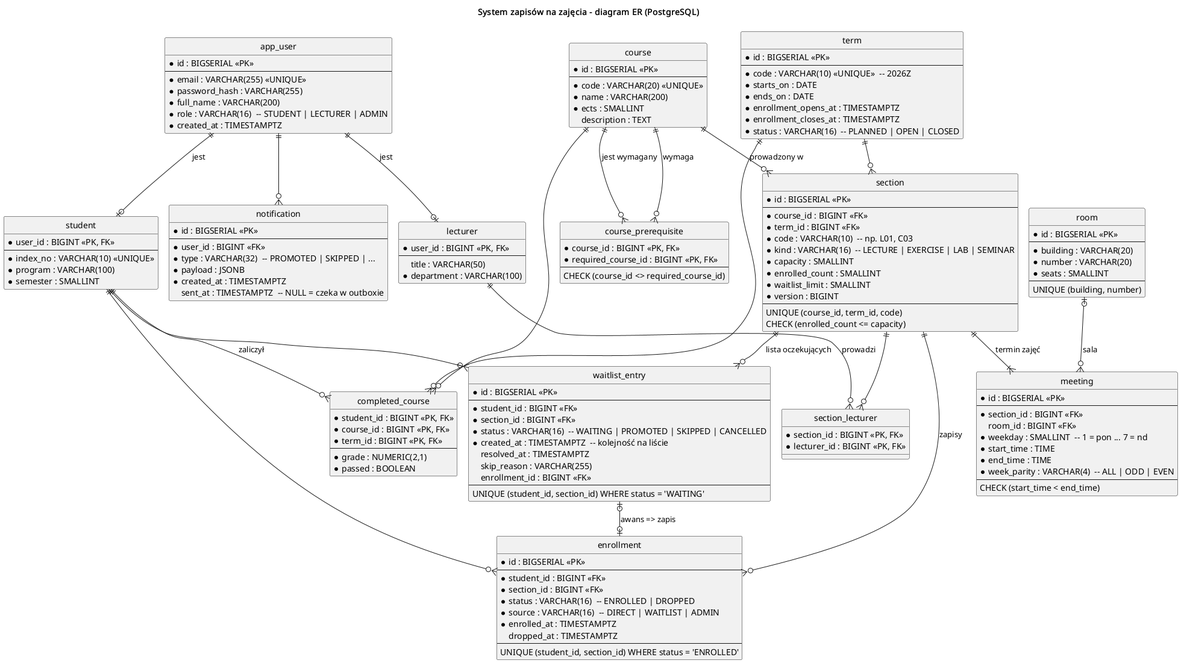
This is diagramy/er.png from Husaria55/USOSv2, a PlantUML export, as it was before one commit.
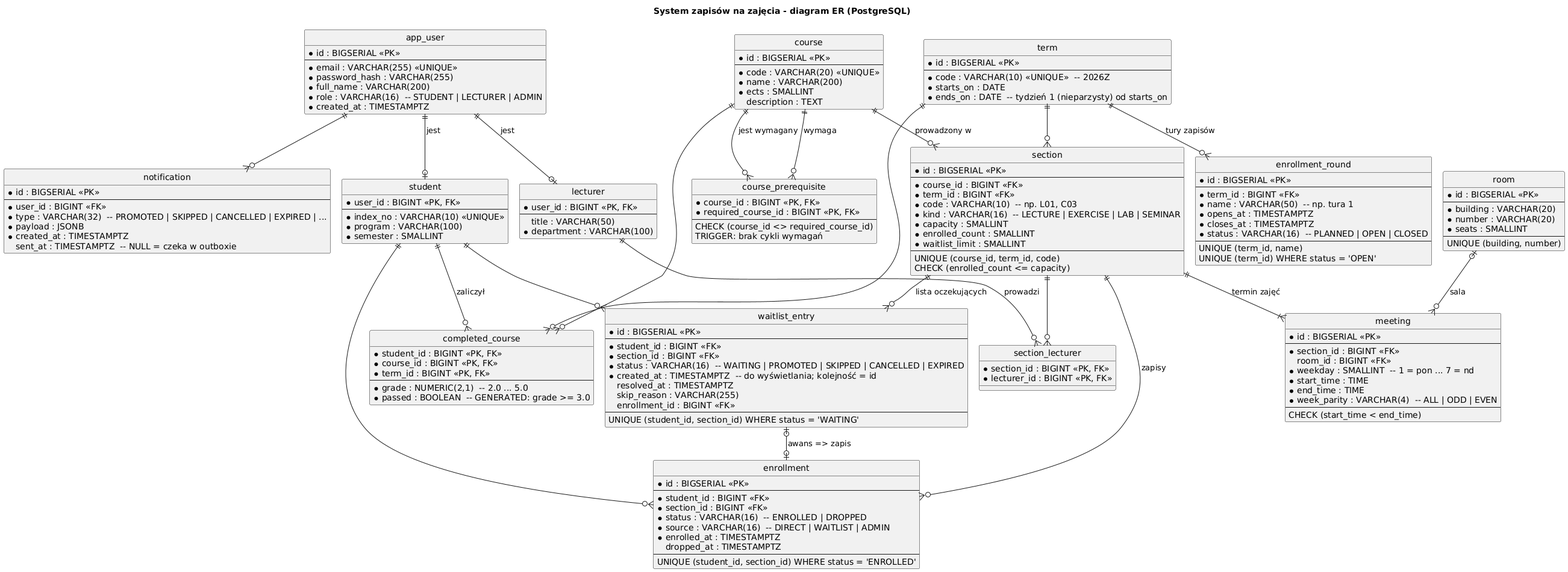
Later version of the same file.

The edit, as a diff of the source:
```diff
@@ -44,6 +44,7 @@
   * required_course_id : BIGINT <<PK, FK>>
   --
   CHECK (course_id <> required_course_id)
+  TRIGGER: brak cykli wymagań
 }
 
 entity "term" as term {
@@ -51,10 +52,20 @@
   --
   * code : VARCHAR(10) <<UNIQUE>>  -- 2026Z
   * starts_on : DATE
-  * ends_on : DATE
-  * enrollment_opens_at : TIMESTAMPTZ
-  * enrollment_closes_at : TIMESTAMPTZ
+  * ends_on : DATE  -- tydzień 1 (nieparzysty) od starts_on
+}
+
+entity "enrollment_round" as round {
+  * id : BIGSERIAL <<PK>>
+  --
+  * term_id : BIGINT <<FK>>
+  * name : VARCHAR(50)  -- np. tura 1
+  * opens_at : TIMESTAMPTZ
+  * closes_at : TIMESTAMPTZ
   * status : VARCHAR(16)  -- PLANNED | OPEN | CLOSED
+  --
+  UNIQUE (term_id, name)
+  UNIQUE (term_id) WHERE status = 'OPEN'
 }
 
 entity "room" as room {
@@ -77,7 +88,6 @@
   * capacity : SMALLINT
   * enrolled_count : SMALLINT
   * waitlist_limit : SMALLINT
-  * version : BIGINT
   --
   UNIQUE (course_id, term_id, code)
   CHECK (enrolled_count <= capacity)
@@ -119,8 +129,8 @@
   --
   * student_id : BIGINT <<FK>>
   * section_id : BIGINT <<FK>>
-  * status : VARCHAR(16)  -- WAITING | PROMOTED | SKIPPED | CANCELLED
-  * created_at : TIMESTAMPTZ  -- kolejność na liście
+  * status : VARCHAR(16)  -- WAITING | PROMOTED | SKIPPED | CANCELLED | EXPIRED
+  * created_at : TIMESTAMPTZ  -- do wyświetlania; kolejność = id
   resolved_at : TIMESTAMPTZ
   skip_reason : VARCHAR(255)
   enrollment_id : BIGINT <<FK>>
@@ -133,15 +143,15 @@
   * course_id : BIGINT <<PK, FK>>
   * term_id : BIGINT <<PK, FK>>
   --
-  * grade : NUMERIC(2,1)
-  * passed : BOOLEAN
+  * grade : NUMERIC(2,1)  -- 2.0 ... 5.0
+  * passed : BOOLEAN  -- GENERATED: grade >= 3.0
 }
 
 entity "notification" as notif {
   * id : BIGSERIAL <<PK>>
   --
   * user_id : BIGINT <<FK>>
-  * type : VARCHAR(32)  -- PROMOTED | SKIPPED | ...
+  * type : VARCHAR(32)  -- PROMOTED | SKIPPED | CANCELLED | EXPIRED | ...
   * payload : JSONB
   * created_at : TIMESTAMPTZ
   sent_at : TIMESTAMPTZ  -- NULL = czeka w outboxie
@@ -153,6 +163,7 @@
 course ||--o{ prereq : "jest wymagany"
 course ||--o{ section : "prowadzony w"
 term ||--o{ section
+term ||--o{ round : "tury zapisów"
 section ||--o{ sl
 lecturer ||--o{ sl : prowadzi
 section ||--|{ meeting : "termin zajęć"
```
